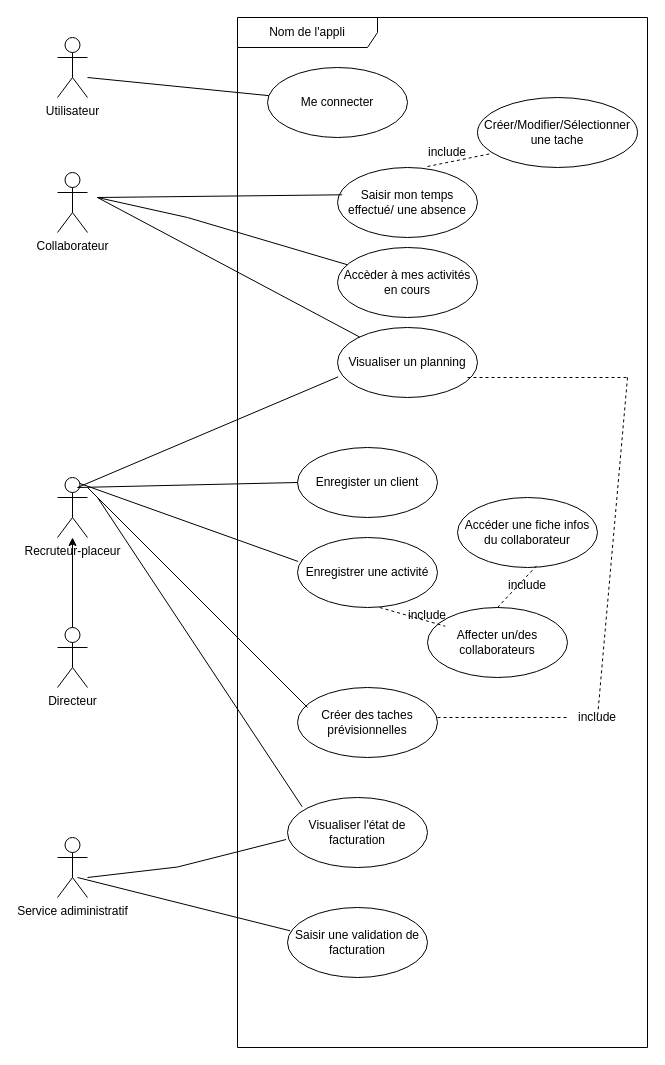
Before: UX-UI/UserCase.drawio in rahinsoo/G2-P25-111801-fil_rouge-D10, a draw.io diagram. Source tidied: cells renumbered, new cells numbered last; positions are measured from the earlier drawing's top-left corner, leaving out a move shared by most shapes. Both pictures are drawn from the tidied source at 100%, with x=0, y=0 at pixel (57, 17).
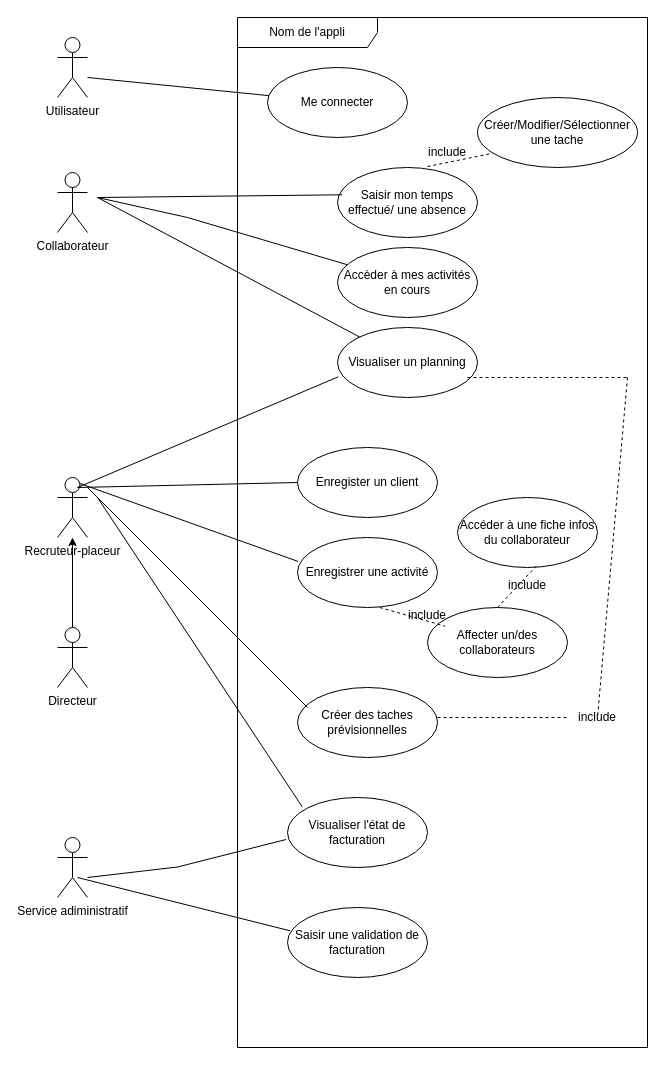
Above is the later version.

Commit message:
Mettre à jour UserCase.drawio

The edit, as a diff of the source:
```diff
@@
-    <mxCell id="39" value="Accéder une fiche infos du collaborateur" style="ellipse;whiteSpace=wrap;html=1;" parent="1" vertex="1">
+    <mxCell id="39" value="Accéder à une fiche infos du collaborateur" style="ellipse;whiteSpace=wrap;html=1;" parent="1" vertex="1">
       <mxGeometry x="400" y="480" width="140" height="70" as="geometry" />
     </mxCell>
```
